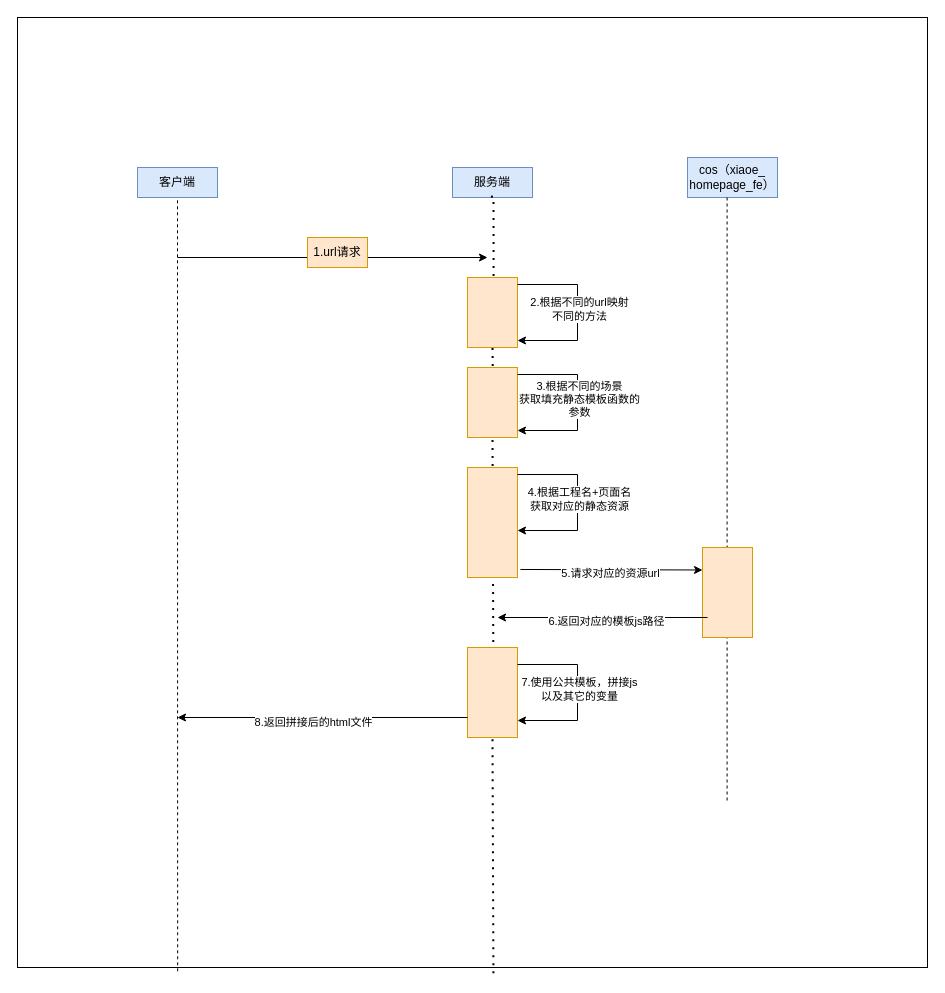
The draw.io diagram page "php应用" (1 of 2) of 未命名绘图.drawio in dboooo/draw.io, before the edit. Source tidied: cells renumbered, new cells numbered last; positions are measured from the earlier drawing's top-left corner, leaving out a move shared by most shapes. Both pictures are drawn from the tidied source at 100%, with x=0, y=0 at pixel (17, 17).
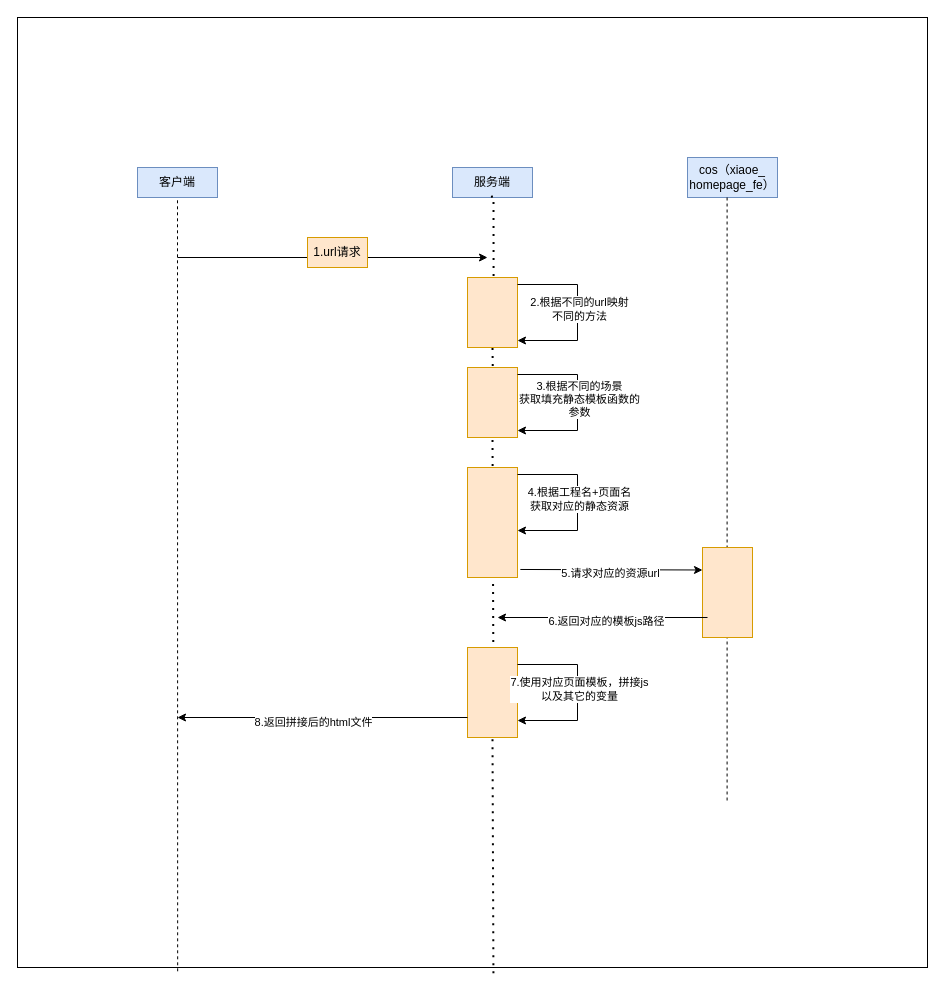
The same page after the edit.

Commit message:
更新未命名绘图.drawio

Unchanged cells that the change refers to:
```xml
<mxCell id="29" style="endArrow=classic;html=1;rounded=0;exitX=0.988;exitY=0.115;exitDx=0;exitDy=0;exitPerimeter=0;entryX=1;entryY=1;entryDx=0;entryDy=0;" parent="1" edge="1">
  <mxGeometry relative="1" as="geometry">
    <mxPoint x="500" y="647" as="sourcePoint" />
    <mxPoint x="500" y="703" as="targetPoint" />
    <Array as="points">
      <mxPoint x="560" y="647" />
      <mxPoint x="560" y="703" />
    </Array>
  </mxGeometry>
</mxCell>
```

Change to the diagram source:
```diff
@@
-    <mxCell id="30" value="7.使用公共模板，拼接js&lt;br&gt;以及其它的变量" style="edgeLabel;html=1;align=center;verticalAlign=middle;" parent="29" vertex="1">
+    <mxCell id="30" value="7.使用对应页面模板，拼接js&lt;br&gt;以及其它的变量" style="edgeLabel;html=1;align=center;verticalAlign=middle;" parent="29" vertex="1">
       <mxGeometry x="-0.05" y="1" relative="1" as="geometry" />
     </mxCell>
```
